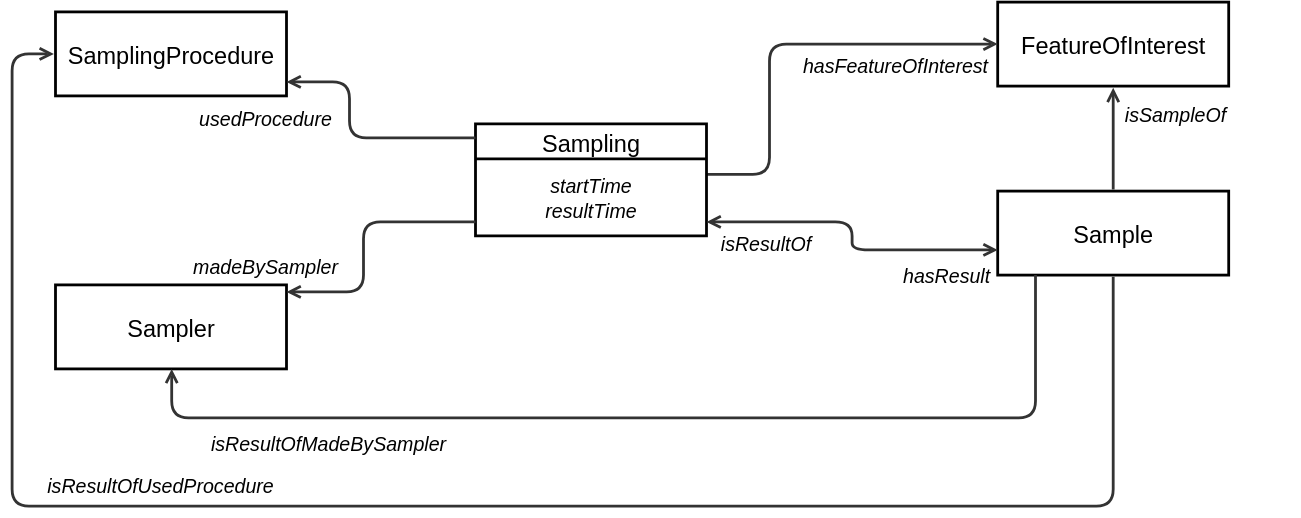
This is ssn/images/Sampling-overview.svg from w3c/sdw-sosa-ssn, a draw.io export, as it was before one commit. Source tidied: cells renumbered, new cells last; positions are measured from the earlier drawing's top-left corner, leaving out a move shared by most shapes.
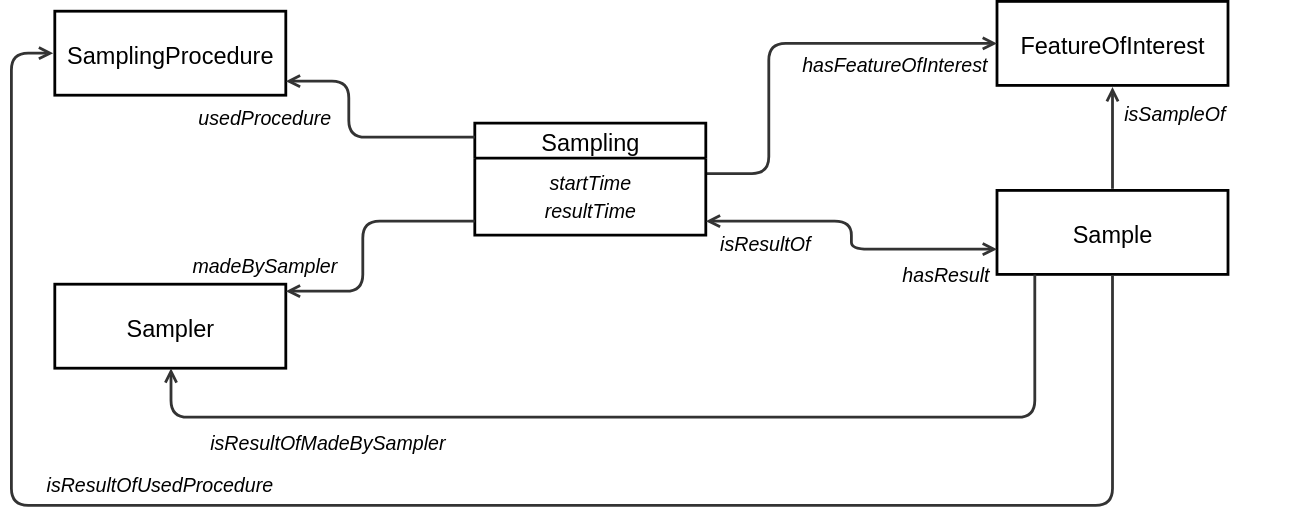
The same diagram one commit later.

The edit, as a diff of the source:
```diff
@@ -22,7 +22,7 @@
     <mxCell id="6" value="Sampling" style="html=1;overflow=block;blockSpacing=1;swimlane;horizontal=1;fontStyle=0;swimlaneFillColor=none;startSize=25;whiteSpace=wrap;fontSize=16.8;align=center;spacing=0;strokeOpacity=100;fillColor=none;strokeWidth=2;fontColor=default;convertToSvg=1;" parent="1" vertex="1">
       <mxGeometry x="331" y="87" width="165" height="80" as="geometry" />
     </mxCell>
-    <mxCell id="7" value="&lt;div style=&quot;display: flex; justify-content: center; text-align: center; align-items: baseline; line-height: 1.25; margin-top: -2px;&quot;&gt;&lt;span style=&quot;font-style: italic;&quot;&gt;&lt;font style=&quot;font-size: 14px;&quot;&gt;startTime&lt;br&gt;&lt;/font&gt;&lt;/span&gt;&lt;/div&gt;&lt;div style=&quot;display: flex; justify-content: center; text-align: center; align-items: baseline; line-height: 1.25; margin-top: -2px;&quot;&gt;&lt;span style=&quot;font-style: italic;&quot;&gt;&lt;font style=&quot;font-size: 14px;&quot;&gt;resultTime&lt;/font&gt;&lt;/span&gt;&lt;/div&gt;" style="html=1;strokeColor=none;fillColor=none;verticalAlign=middle;spacingLeft=4;spacingRight=4;overflow=hidden;points=[[0,0.5],[1,0.5]];portConstraint=eastwest;swimlaneFillColor=#unset;strokeOpacity=100;whiteSpace=wrap;fontSize=15.2;fontStyle=2;align=center;strokeWidth=2;fontColor=default;convertToSvg=1;" parent="6" vertex="1">
+    <mxCell id="7" value="&lt;div style=&quot;display: flex; justify-content: center; text-align: center; align-items: baseline; line-height: 1.25; margin-top: -2px;&quot;&gt;&lt;span style=&quot;font-style: italic;&quot;&gt;&lt;font style=&quot;font-size: 14px;&quot;&gt;startTime&lt;br&gt;&lt;/font&gt;&lt;span style=&quot;font-size: 14px; background-color: transparent; color: light-dark(rgb(0, 0, 0), rgb(255, 255, 255));&quot;&gt;resultTime&lt;/span&gt;&lt;/span&gt;&lt;/div&gt;" style="html=1;strokeColor=none;fillColor=none;verticalAlign=middle;spacingLeft=4;spacingRight=4;overflow=hidden;points=[[0,0.5],[1,0.5]];portConstraint=eastwest;swimlaneFillColor=#unset;strokeOpacity=100;whiteSpace=wrap;fontSize=15.2;fontStyle=2;align=center;strokeWidth=2;fontColor=default;convertToSvg=1;" parent="6" vertex="1">
       <mxGeometry y="25" width="165" height="55" as="geometry" />
     </mxCell>
     <mxCell id="8" value="Sampler" style="html=1;overflow=block;blockSpacing=1;whiteSpace=wrap;fontSize=16.8;align=center;spacing=0;strokeOpacity=100;fillColor=none;strokeWidth=2;fontColor=default;convertToSvg=1;" parent="1" vertex="1">
```
